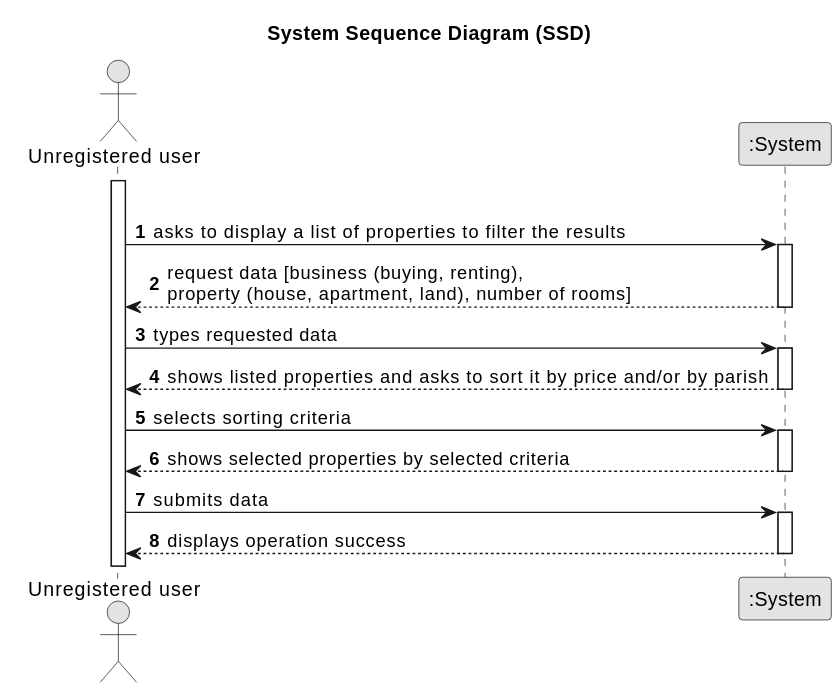
PureNimble/ISEP-LAPR2 keeps this PlantUML diagram as docs/sprintA/US01/01.requirements-engineering/svg/us01-system-sequence-diagram-System_Sequence_Diagram__SSD_.svg. Above is the earlier version.
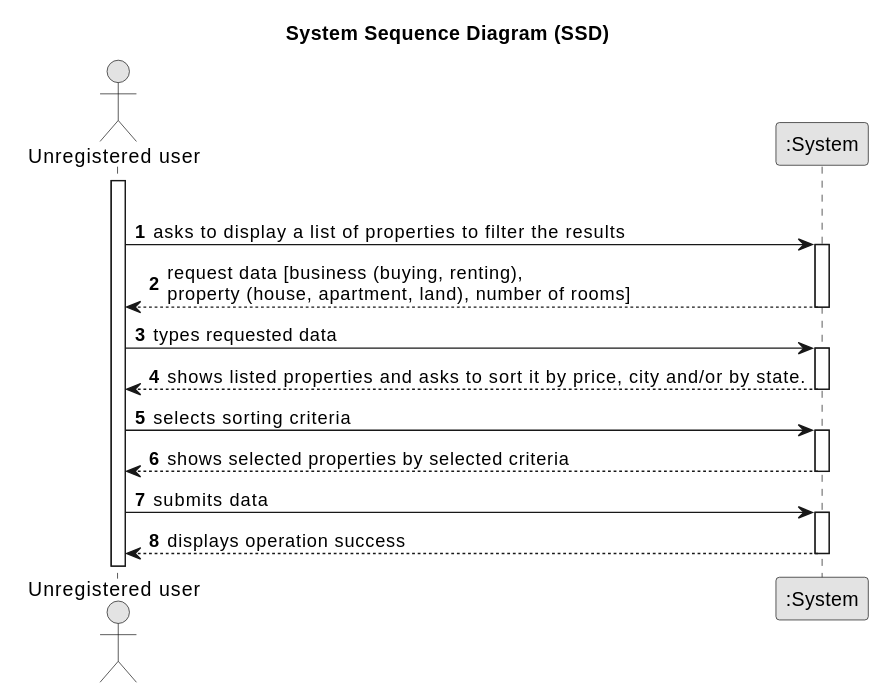
After the change.

Diff of the diagram source:
```diff
@@ -23,7 +23,7 @@
     User -> System : types requested data
     activate System
 
-    System --> User : shows listed properties and asks to sort it by price and/or by parish
+        System --> User : shows listed properties and asks to sort it by price, city and/or by state.
     deactivate System
 
     User -> System : selects sorting criteria
```
